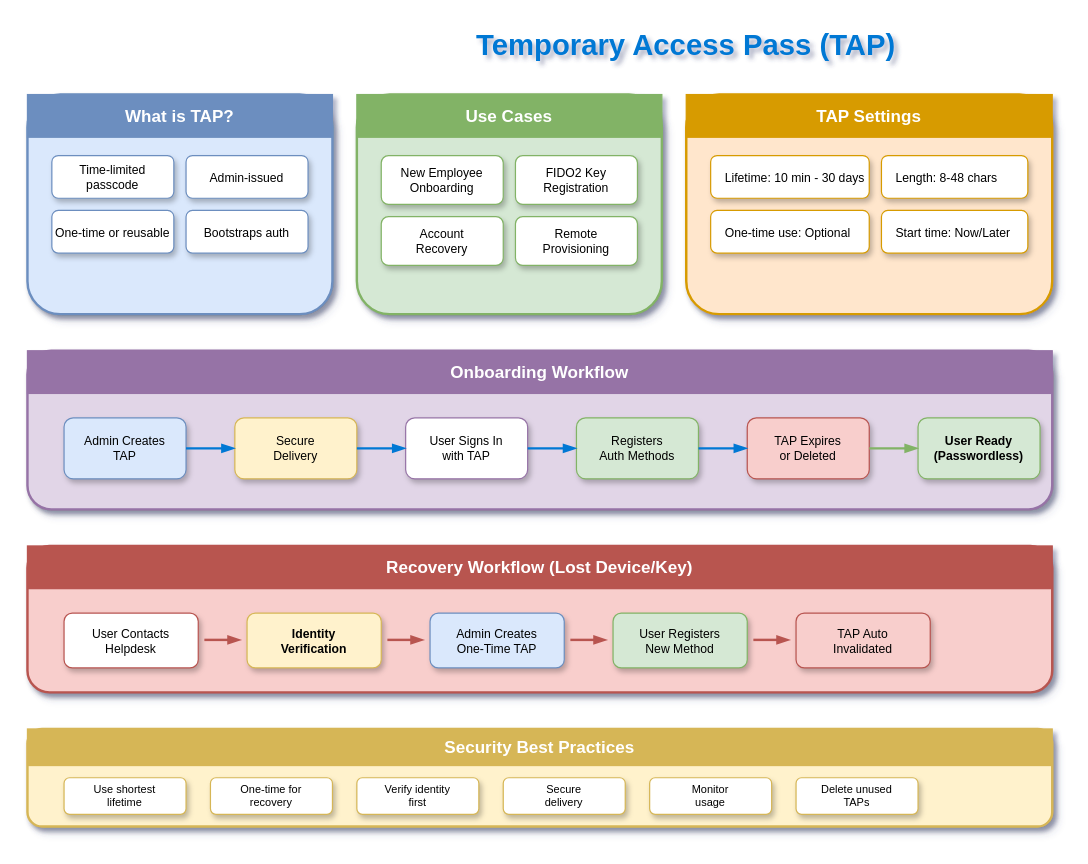
Above: lesson-04-authentication/4.5-temporary-access-pass/diagram.drawio in MrParkerZ7/document-lesson-ad-entra-x-claude (draw.io), before the change. Source tidied: cells renumbered, new cells numbered last; positions are measured from the earlier drawing's top-left corner, leaving out a move shared by most shapes. Both pictures are drawn from the tidied source at 122%, with x=0, y=0 at pixel (27, 21).
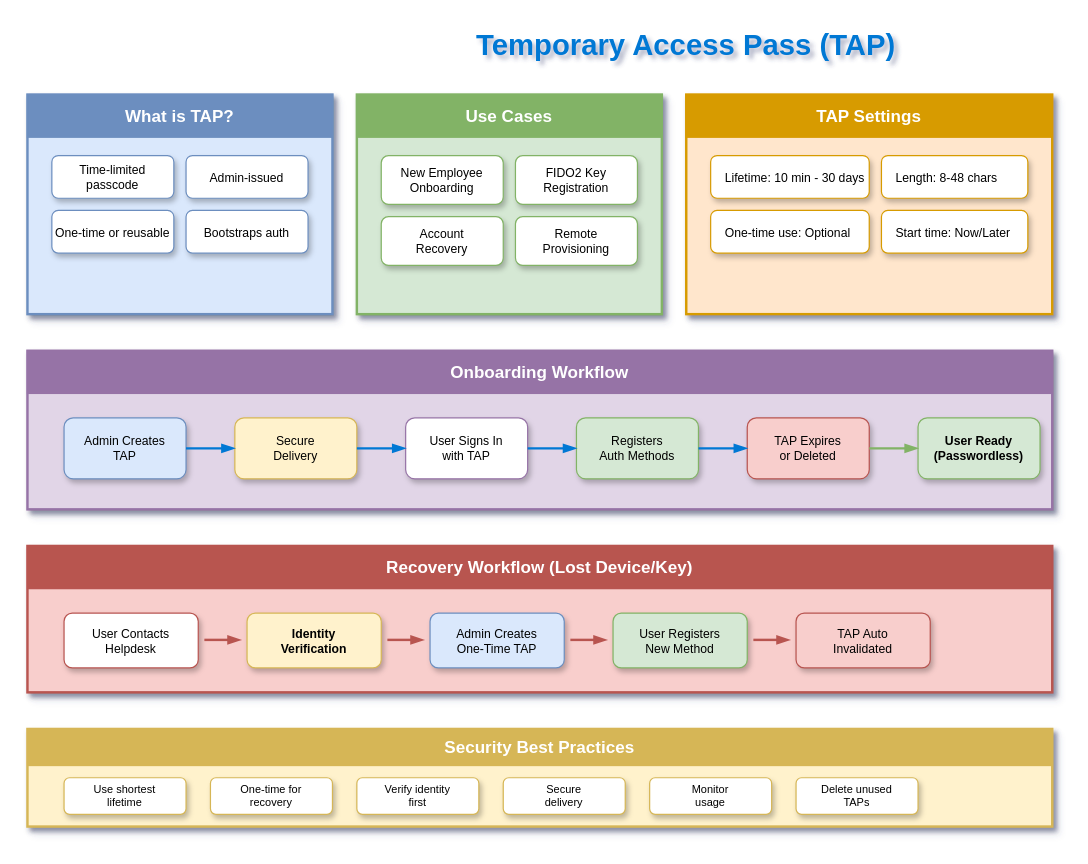
The same diagram, later.

Commit message (it also covers changes not shown here):
Fix diagram group containers to use sharp corners

The edit, as a diff of the source:
```diff
@@
-    <mxCell id="3" style="rounded=1;whiteSpace=wrap;html=1;fillColor=#dae8fc;strokeColor=#6c8ebf;strokeWidth=2;shadow=1;" parent="1" vertex="1">
+    <mxCell id="3" style="rounded=0;whiteSpace=wrap;html=1;fillColor=#dae8fc;strokeColor=#6c8ebf;strokeWidth=2;shadow=1;" parent="1" vertex="1">
       <mxGeometry y="60" width="250" height="180" as="geometry" />
     </mxCell>
@@
-    <mxCell id="9" style="rounded=1;whiteSpace=wrap;html=1;fillColor=#d5e8d4;strokeColor=#82b366;strokeWidth=2;shadow=1;" parent="1" vertex="1">
+    <mxCell id="9" style="rounded=0;whiteSpace=wrap;html=1;fillColor=#d5e8d4;strokeColor=#82b366;strokeWidth=2;shadow=1;" parent="1" vertex="1">
       <mxGeometry x="270" y="60" width="250" height="180" as="geometry" />
     </mxCell>
@@
-    <mxCell id="15" style="rounded=1;whiteSpace=wrap;html=1;fillColor=#ffe6cc;strokeColor=#d79b00;strokeWidth=2;shadow=1;" parent="1" vertex="1">
+    <mxCell id="15" style="rounded=0;whiteSpace=wrap;html=1;fillColor=#ffe6cc;strokeColor=#d79b00;strokeWidth=2;shadow=1;" parent="1" vertex="1">
       <mxGeometry x="540" y="60" width="300" height="180" as="geometry" />
     </mxCell>
@@
-    <mxCell id="21" style="rounded=1;whiteSpace=wrap;html=1;fillColor=#e1d5e7;strokeColor=#9673a6;strokeWidth=2;shadow=1;" parent="1" vertex="1">
+    <mxCell id="21" style="rounded=0;whiteSpace=wrap;html=1;fillColor=#e1d5e7;strokeColor=#9673a6;strokeWidth=2;shadow=1;" parent="1" vertex="1">
       <mxGeometry y="270" width="840" height="130" as="geometry" />
     </mxCell>
@@
-    <mxCell id="34" style="rounded=1;whiteSpace=wrap;html=1;fillColor=#f8cecc;strokeColor=#b85450;strokeWidth=2;shadow=1;" parent="1" vertex="1">
+    <mxCell id="34" style="rounded=0;whiteSpace=wrap;html=1;fillColor=#f8cecc;strokeColor=#b85450;strokeWidth=2;shadow=1;" parent="1" vertex="1">
       <mxGeometry y="430" width="840" height="120" as="geometry" />
     </mxCell>
@@
-    <mxCell id="45" style="rounded=1;whiteSpace=wrap;html=1;fillColor=#fff2cc;strokeColor=#d6b656;strokeWidth=2;shadow=1;" parent="1" vertex="1">
+    <mxCell id="45" style="rounded=0;whiteSpace=wrap;html=1;fillColor=#fff2cc;strokeColor=#d6b656;strokeWidth=2;shadow=1;" parent="1" vertex="1">
       <mxGeometry y="580" width="840" height="80" as="geometry" />
     </mxCell>
```
